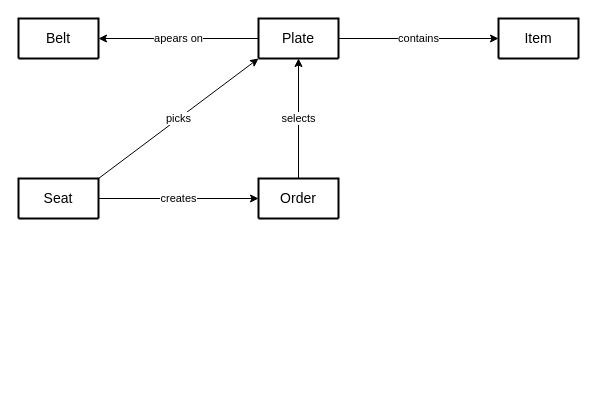
Earlier version of the draw.io diagram docs/business-objects.drawio (lorenzipsum/sushi-train). Source tidied: cells renumbered, new cells numbered last; positions are measured from the earlier drawing's top-left corner, leaving out a move shared by most shapes. Both pictures are drawn from the tidied source at 100%, with x=0, y=0 at pixel (18, 18).
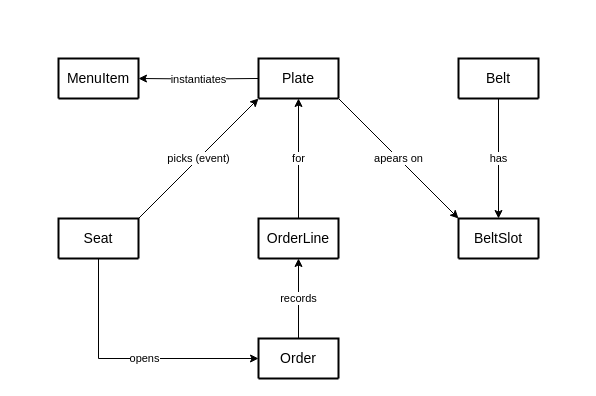
The same page after the edit.

Diff of the diagram source:
```diff
@@
 <mxGraphModel>
   <root>
     <mxCell id="0" />
     <mxCell id="1" parent="0" />
+    <mxCell id="12" value="records" style="edgeStyle=orthogonalEdgeStyle;rounded=0;jettySize=auto;html=1;entryX=0.5;entryY=1;entryDx=0;entryDy=0;" parent="1" edge="1" source="2" target="18">
+      <mxGeometry relative="1" as="geometry" />
+    </mxCell>
     <mxCell id="2" value="Order" style="swimlane;horizontal=1;startSize=50;rounded=1;fontSize=14;fontStyle=0;strokeWidth=2;shadow=0;dashed=0;align=center;arcSize=4;whiteSpace=wrap;html=1;" parent="1" vertex="1">
-      <mxGeometry x="240" y="160" width="80" height="40" as="geometry" />
+      <mxGeometry x="240" y="320" width="80" height="40" as="geometry" />
     </mxCell>
-    <mxCell id="3" value="Item" style="swimlane;horizontal=1;startSize=50;rounded=1;fontSize=14;fontStyle=0;strokeWidth=2;shadow=0;dashed=0;align=center;arcSize=4;whiteSpace=wrap;html=1;" parent="1" vertex="1">
-      <mxGeometry x="480" width="80" height="40" as="geometry" />
+    <mxCell id="3" value="MenuItem" style="swimlane;horizontal=1;startSize=50;rounded=1;fontSize=14;fontStyle=0;strokeWidth=2;shadow=0;dashed=0;align=center;arcSize=4;whiteSpace=wrap;html=1;" parent="1" vertex="1">
+      <mxGeometry x="40" y="40" width="80" height="40" as="geometry" />
     </mxCell>
-    <mxCell id="4" value="creates" style="edgeStyle=orthogonalEdgeStyle;rounded=0;jettySize=auto;html=1;" parent="1" edge="1" source="6" target="2">
-      <mxGeometry relative="1" as="geometry" />
+    <mxCell id="4" value="opens" style="edgeStyle=orthogonalEdgeStyle;rounded=0;jettySize=auto;html=1;entryX=0;entryY=0.5;entryDx=0;entryDy=0;exitX=0.5;exitY=1;exitDx=0;exitDy=0;" parent="1" edge="1" source="6" target="2">
+      <mxGeometry x="0.12" relative="1" as="geometry" />
     </mxCell>
-    <mxCell id="5" value="picks" style="rounded=0;jettySize=auto;html=1;entryX=0;entryY=1;entryDx=0;entryDy=0;exitX=1;exitY=0;exitDx=0;exitDy=0;" parent="1" edge="1" source="6" target="8">
+    <mxCell id="5" value="picks (event)" style="rounded=0;jettySize=auto;html=1;entryX=0;entryY=1;entryDx=0;entryDy=0;exitX=1;exitY=0;exitDx=0;exitDy=0;" parent="1" edge="1" source="6" target="8">
       <mxGeometry relative="1" as="geometry" />
     </mxCell>
     <mxCell id="6" value="Seat" style="swimlane;horizontal=1;startSize=50;rounded=1;fontSize=14;fontStyle=0;strokeWidth=2;shadow=0;dashed=0;align=center;arcSize=4;whiteSpace=wrap;html=1;" parent="1" vertex="1">
-      <mxGeometry y="160" width="80" height="40" as="geometry" />
+      <mxGeometry x="40" y="200" width="80" height="40" as="geometry" />
     </mxCell>
-    <mxCell id="7" value="apears on" style="edgeStyle=orthogonalEdgeStyle;rounded=0;jettySize=auto;html=1;entryX=1;entryY=0.5;entryDx=0;entryDy=0;" parent="1" edge="1" source="8" target="9">
+    <mxCell id="7" value="apears on" style="rounded=0;jettySize=auto;html=1;entryX=0;entryY=0;entryDx=0;entryDy=0;exitX=1;exitY=1;exitDx=0;exitDy=0;" parent="1" edge="1" source="8" target="16">
       <mxGeometry relative="1" as="geometry" />
     </mxCell>
+    <mxCell id="13" style="edgeStyle=orthogonalEdgeStyle;rounded=0;jettySize=auto;html=1;entryX=1;entryY=0.5;entryDx=0;entryDy=0;" parent="1" edge="1" target="3">
+      <mxGeometry relative="1" as="geometry">
+        <mxPoint x="240" y="60" as="sourcePoint" />
+      </mxGeometry>
+    </mxCell>
+    <mxCell id="14" value="instantiates" style="edgeLabel;html=1;align=center;verticalAlign=middle;" parent="13" vertex="1">
+      <mxGeometry x="0.29" y="1" relative="1" as="geometry">
+        <mxPoint x="17" y="-1" as="offset" />
+      </mxGeometry>
+    </mxCell>
     <mxCell id="8" value="Plate" style="swimlane;horizontal=1;startSize=50;rounded=1;fontSize=14;fontStyle=0;strokeWidth=2;shadow=0;dashed=0;align=center;arcSize=4;whiteSpace=wrap;html=1;" parent="1" vertex="1">
-      <mxGeometry x="240" width="80" height="40" as="geometry" />
+      <mxGeometry x="240" y="40" width="80" height="40" as="geometry" />
     </mxCell>
+    <mxCell id="15" value="has" style="edgeStyle=orthogonalEdgeStyle;rounded=0;jettySize=auto;html=1;entryX=0.5;entryY=0;entryDx=0;entryDy=0;" parent="1" edge="1" source="9" target="16">
+      <mxGeometry relative="1" as="geometry" />
+    </mxCell>
     <mxCell id="9" value="Belt" style="swimlane;horizontal=1;startSize=50;rounded=1;fontSize=14;fontStyle=0;strokeWidth=2;shadow=0;dashed=0;align=center;arcSize=4;whiteSpace=wrap;html=1;" parent="1" vertex="1">
-      <mxGeometry width="80" height="40" as="geometry" />
+      <mxGeometry x="440" y="40" width="80" height="40" as="geometry" />
     </mxCell>
-    <mxCell id="10" value="contains" style="endArrow=classic;html=1;rounded=0;exitX=1;exitY=0.5;exitDx=0;exitDy=0;entryX=0;entryY=0.5;entryDx=0;entryDy=0;" parent="1" edge="1" source="8" target="3">
-      <mxGeometry relative="1" as="geometry" />
-    </mxCell>
-    <mxCell id="11" value="selects" style="endArrow=classic;html=1;rounded=0;entryX=0.5;entryY=1;entryDx=0;entryDy=0;exitX=0.5;exitY=0;exitDx=0;exitDy=0;" parent="1" edge="1" source="2" target="8">
-      <mxGeometry relative="1" as="geometry" />
-    </mxCell>
+    <mxCell id="16" value="BeltSlot" style="swimlane;horizontal=1;startSize=50;rounded=1;fontSize=14;fontStyle=0;strokeWidth=2;shadow=0;dashed=0;align=center;arcSize=4;whiteSpace=wrap;html=1;" parent="1" vertex="1">
+      <mxGeometry x="440" y="200" width="80" height="40" as="geometry" />
+    </mxCell>
+    <mxCell id="17" value="for" style="rounded=0;jettySize=auto;html=1;entryX=0.5;entryY=1;entryDx=0;entryDy=0;exitX=0.5;exitY=0;exitDx=0;exitDy=0;" parent="1" edge="1" source="18" target="8">
+      <mxGeometry relative="1" as="geometry" />
+    </mxCell>
+    <mxCell id="18" value="OrderLine" style="swimlane;horizontal=1;startSize=50;rounded=1;fontSize=14;fontStyle=0;strokeWidth=2;shadow=0;dashed=0;align=center;arcSize=4;whiteSpace=wrap;html=1;" parent="1" vertex="1">
+      <mxGeometry x="240" y="200" width="80" height="40" as="geometry" />
+    </mxCell>
   </root>
 </mxGraphModel>
```
